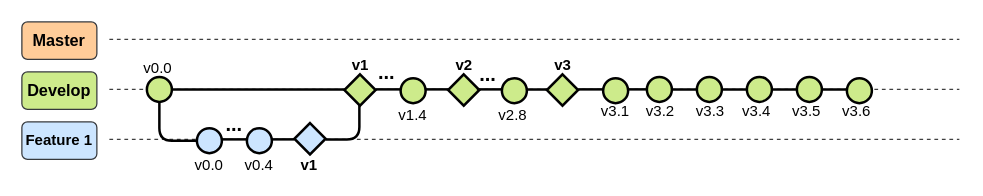
The draw.io diagram page "Develop" (2 of 3) of 03_ImagenesRepo/01_GitFlow.drawio in LEOSZ8/Tesis_Msc_LSZ, before the edit. Source tidied: cells renumbered, new cells numbered last; positions are measured from the earlier drawing's top-left corner, leaving out a move shared by most shapes. Both pictures are drawn from the tidied source at 125%, with x=0, y=0 at pixel (21, 21).
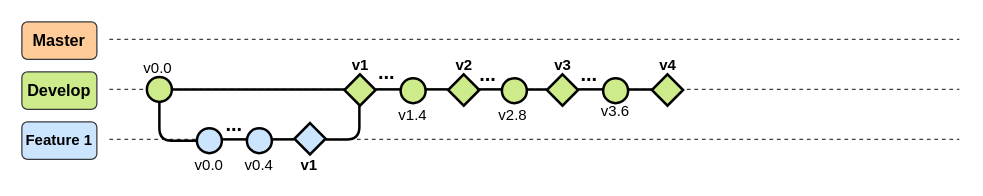
The same page after the edit.

Unchanged cells that the change refers to:
```xml
<mxCell id="40" style="ellipse;whiteSpace=wrap;html=1;fillColor=#CDEB8B;strokeColor=#000000;strokeWidth=2;" parent="1" vertex="1">
  <mxGeometry x="465" y="45" width="20" height="20" as="geometry" />
</mxCell>
```

Change to the diagram source:
```diff
@@
-    <mxCell id="39" style="edgeStyle=orthogonalEdgeStyle;rounded=0;jettySize=auto;html=1;strokeWidth=2;endArrow=none;endFill=0;" parent="1" edge="1" source="40" target="43">
-      <mxGeometry relative="1" as="geometry">
-        <Array as="points">
-          <mxPoint x="490" y="54" />
-          <mxPoint x="490" y="54" />
-        </Array>
-      </mxGeometry>
-    </mxCell>
@@
-    <mxCell id="41" value="v3.1" style="text;html=1;align=center;verticalAlign=middle;whiteSpace=wrap;rounded=0;" parent="1" vertex="1">
+    <mxCell id="41" value="v3.6" style="text;html=1;align=center;verticalAlign=middle;whiteSpace=wrap;rounded=0;" parent="1" vertex="1">
       <mxGeometry x="460" y="67" width="30" height="10" as="geometry" />
     </mxCell>
-    <mxCell id="42" style="edgeStyle=orthogonalEdgeStyle;rounded=0;jettySize=auto;html=1;endArrow=none;endFill=0;strokeWidth=2;" parent="1" edge="1" source="43" target="45">
-      <mxGeometry relative="1" as="geometry" />
-    </mxCell>
-    <mxCell id="43" style="ellipse;whiteSpace=wrap;html=1;fillColor=#CDEB8B;strokeColor=#000000;strokeWidth=2;" parent="1" vertex="1">
-      <mxGeometry x="500" y="44" width="20" height="20" as="geometry" />
-    </mxCell>
-    <mxCell id="44" style="edgeStyle=orthogonalEdgeStyle;rounded=0;jettySize=auto;html=1;endArrow=none;endFill=0;strokeWidth=2;" parent="1" edge="1" source="45" target="49">
-      <mxGeometry relative="1" as="geometry" />
-    </mxCell>
-    <mxCell id="45" style="ellipse;whiteSpace=wrap;html=1;fillColor=#CDEB8B;strokeColor=#000000;strokeWidth=2;" parent="1" vertex="1">
-      <mxGeometry x="540" y="44" width="20" height="20" as="geometry" />
-    </mxCell>
-    <mxCell id="46" value="v3.2" style="text;html=1;align=center;verticalAlign=middle;whiteSpace=wrap;rounded=0;" parent="1" vertex="1">
-      <mxGeometry x="496" y="67" width="30" height="10" as="geometry" />
-    </mxCell>
-    <mxCell id="47" value="v3.3" style="text;html=1;align=center;verticalAlign=middle;whiteSpace=wrap;rounded=0;" parent="1" vertex="1">
-      <mxGeometry x="536" y="67" width="30" height="10" as="geometry" />
-    </mxCell>
-    <mxCell id="48" style="edgeStyle=orthogonalEdgeStyle;rounded=0;jettySize=auto;html=1;endArrow=none;endFill=0;strokeWidth=2;" parent="1" edge="1" source="49" target="52">
-      <mxGeometry relative="1" as="geometry" />
-    </mxCell>
-    <mxCell id="49" style="ellipse;whiteSpace=wrap;html=1;fillColor=#CDEB8B;strokeColor=#000000;strokeWidth=2;" parent="1" vertex="1">
-      <mxGeometry x="580" y="44" width="20" height="20" as="geometry" />
-    </mxCell>
-    <mxCell id="50" value="v3.4" style="text;html=1;align=center;verticalAlign=middle;whiteSpace=wrap;rounded=0;" parent="1" vertex="1">
-      <mxGeometry x="573" y="67" width="30" height="10" as="geometry" />
-    </mxCell>
-    <mxCell id="51" style="edgeStyle=orthogonalEdgeStyle;rounded=0;jettySize=auto;html=1;endArrow=none;endFill=0;strokeWidth=2;" parent="1" edge="1" source="52" target="54">
-      <mxGeometry relative="1" as="geometry" />
-    </mxCell>
-    <mxCell id="52" style="ellipse;whiteSpace=wrap;html=1;fillColor=#CDEB8B;strokeColor=#000000;strokeWidth=2;" parent="1" vertex="1">
-      <mxGeometry x="620" y="44" width="20" height="20" as="geometry" />
-    </mxCell>
-    <mxCell id="53" value="v3.5" style="text;html=1;align=center;verticalAlign=middle;whiteSpace=wrap;rounded=0;" parent="1" vertex="1">
-      <mxGeometry x="613" y="67" width="30" height="10" as="geometry" />
-    </mxCell>
-    <mxCell id="54" style="ellipse;whiteSpace=wrap;html=1;fillColor=#CDEB8B;strokeColor=#000000;strokeWidth=2;" parent="1" vertex="1">
-      <mxGeometry x="660" y="45" width="20" height="20" as="geometry" />
-    </mxCell>
-    <mxCell id="55" value="v3.6" style="text;html=1;align=center;verticalAlign=middle;whiteSpace=wrap;rounded=0;" parent="1" vertex="1">
-      <mxGeometry x="653" y="67" width="30" height="10" as="geometry" />
-    </mxCell>
+    <mxCell id="56" style="edgeStyle=orthogonalEdgeStyle;rounded=0;orthogonalLoop=1;jettySize=auto;html=1;endArrow=none;endFill=0;strokeWidth=2;" parent="1" edge="1">
+      <mxGeometry relative="1" as="geometry">
+        <mxPoint x="485" y="54" as="sourcePoint" />
+        <mxPoint x="505" y="53" as="targetPoint" />
+      </mxGeometry>
+    </mxCell>
+    <mxCell id="57" style="rhombus;whiteSpace=wrap;html=1;fillColor=#CDEB8B;strokeColor=#000000;strokeWidth=2;" parent="1" vertex="1">
+      <mxGeometry x="504" y="42" width="25" height="25" as="geometry" />
+    </mxCell>
+    <mxCell id="58" value="v4" style="text;html=1;align=center;verticalAlign=middle;whiteSpace=wrap;rounded=0;fontStyle=1;" parent="1" vertex="1">
+      <mxGeometry x="502" y="30" width="30" height="10" as="geometry" />
+    </mxCell>
+    <mxCell id="59" value="&lt;font style=&quot;font-size: 16px;&quot;&gt;&lt;b&gt;...&lt;/b&gt;&lt;/font&gt;" style="text;html=1;whiteSpace=wrap;strokeColor=none;fillColor=none;align=center;verticalAlign=middle;rounded=0;" parent="1" vertex="1">
+      <mxGeometry x="444" y="34" width="20" height="16" as="geometry" />
+    </mxCell>
```
